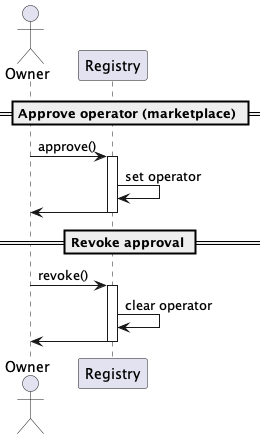
Before: docs/sequence-diagrams/puml/approve-revoke-operator.png, a diagram exported from PlantUML (make-software/cspr-name-contracts). Source of this version:
```plantuml
@startuml

actor Owner
participant "Registry"

== Approve operator (marketplace) ==

Owner -> Registry: approve()
activate Registry
Registry -> Registry: set operator
Registry -> Owner
deactivate Registry

== Revoke approval ==

Owner -> Registry: revoke()
activate Registry
Registry -> Registry: clear operator
Registry -> Owner
deactivate Registry

@enduml
```
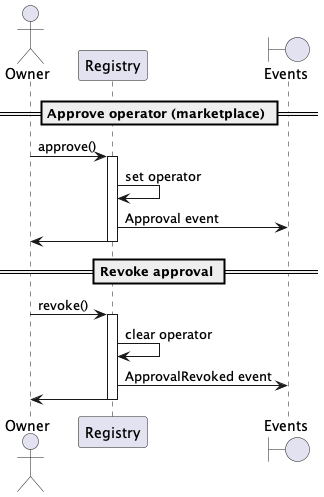
Above is the later version.

The edit, as a diff of the source:
```diff
@@ -2,12 +2,14 @@
 
 actor Owner
 participant "Registry"
+boundary "Events"
 
 == Approve operator (marketplace) ==
 
 Owner -> Registry: approve()
 activate Registry
 Registry -> Registry: set operator
+Registry -> "Events": Approval event
 Registry -> Owner
 deactivate Registry
 
@@ -16,6 +18,7 @@
 Owner -> Registry: revoke()
 activate Registry
 Registry -> Registry: clear operator
+Registry -> "Events": ApprovalRevoked event
 Registry -> Owner
 deactivate Registry
 
```
